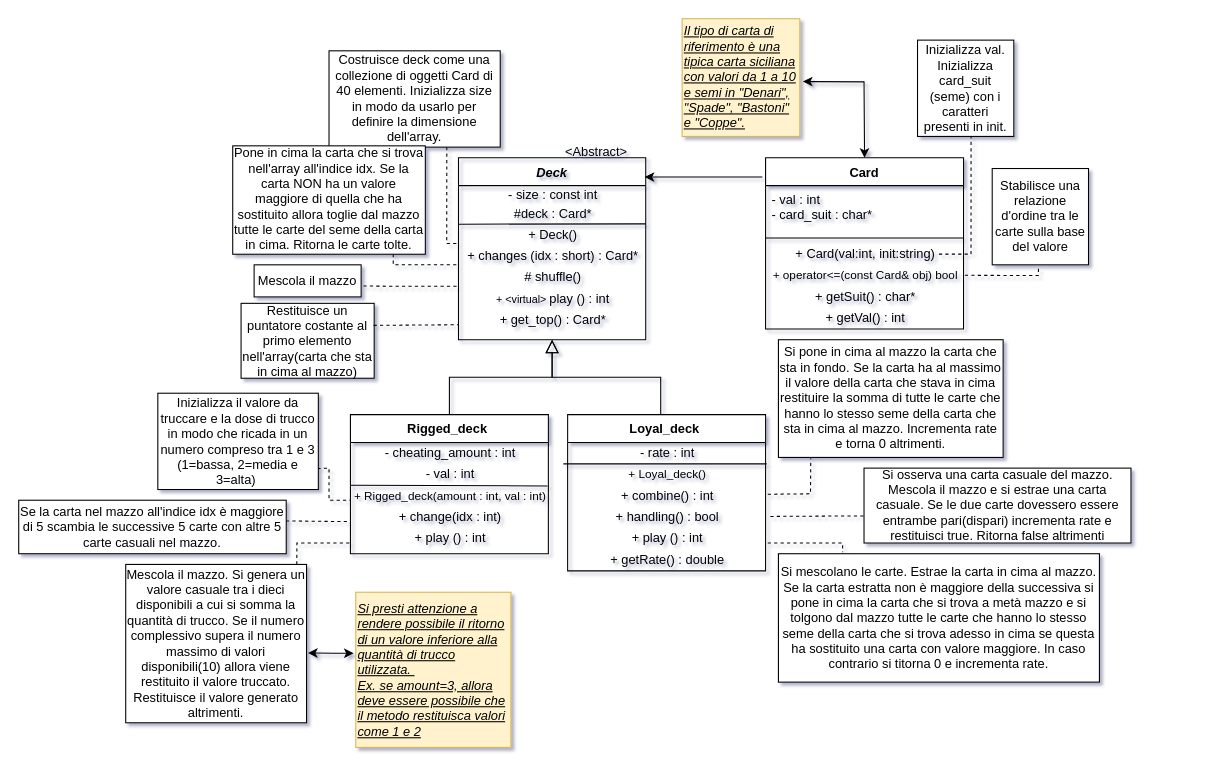
The draw.io diagram Lab.-ProgI-AA-2022/Deck/DiagrammaDeck.drawio in nameisalfio/ProgI, before the edit. Source tidied: cells renumbered, new cells numbered last; positions are measured from the earlier drawing's top-left corner, leaving out a move shared by most shapes. Both pictures are drawn from the tidied source at 107%, with x=0, y=0 at pixel (18, 18).
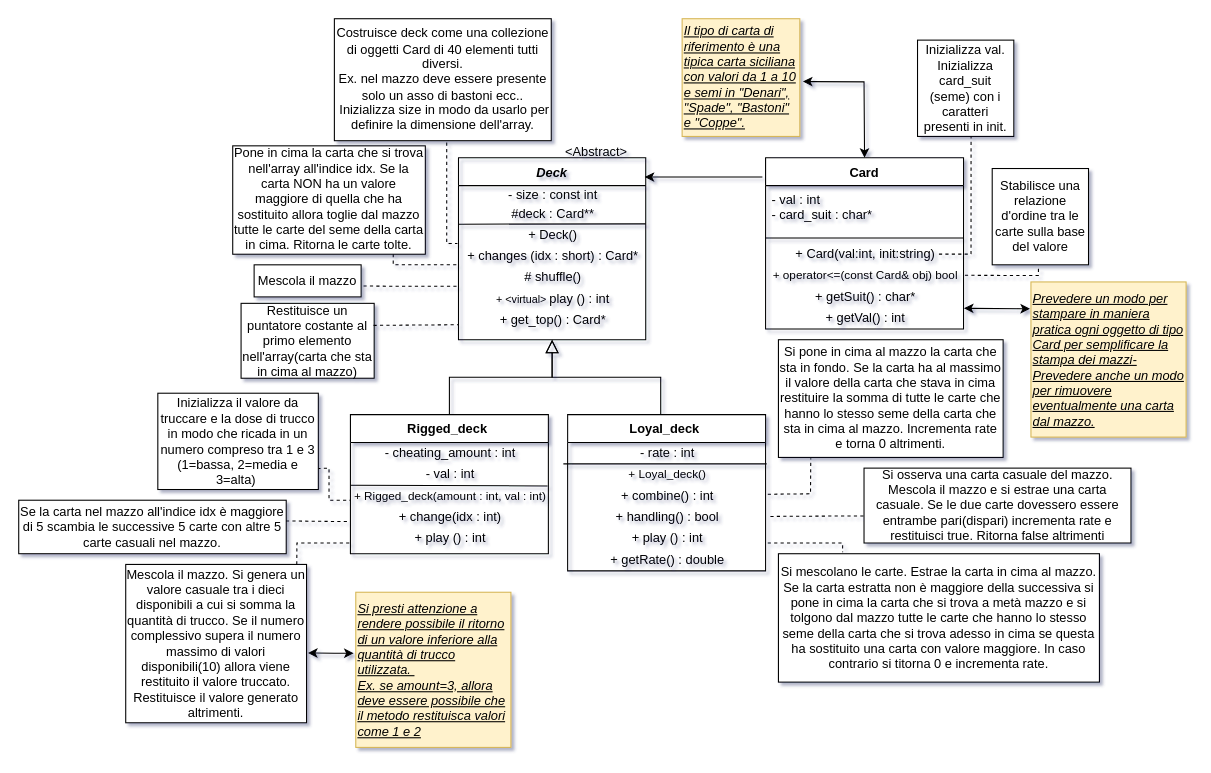
The same diagram, later.

Unchanged cells that the change refers to:
```xml
<mxCell id="2" value="Deck" style="swimlane;fontStyle=3;align=center;verticalAlign=top;horizontal=1;startSize=26;rounded=0;shadow=0;strokeWidth=1;fillColor=none;" parent="1" vertex="1">
  <mxGeometry x="411" y="130" width="175" height="170" as="geometry" />
</mxCell>
<mxCell id="27" value="&lt;font style=&quot;font-size: 12px;&quot;&gt;+ getVal() : int&lt;/font&gt;" style="text;html=1;align=center;verticalAlign=middle;points=[];strokeColor=none;fillColor=none;rounded=0;" parent="21" vertex="1">
  <mxGeometry y="140" width="185" height="20" as="geometry" />
</mxCell>
```

Change to the diagram source:
```diff
@@
-    <mxCell id="4" value="#deck : Card*" style="text;html=1;align=center;verticalAlign=middle;fillColor=none;rounded=0;" parent="2" vertex="1">
+    <mxCell id="4" value="#deck : Card**" style="text;html=1;align=center;verticalAlign=middle;fillColor=none;rounded=0;" parent="2" vertex="1">
       <mxGeometry y="44" width="175" height="18" as="geometry" />
     </mxCell>
@@
-    <mxCell id="34" style="endArrow=none;dashed=1;html=1;rounded=0;exitX=0.688;exitY=1;exitDx=0;exitDy=0;exitPerimeter=0;" parent="1" edge="1" source="35">
+    <mxCell id="34" style="endArrow=none;dashed=1;html=1;rounded=0;exitX=0.518;exitY=1.015;exitDx=0;exitDy=0;exitPerimeter=0;" parent="1" edge="1" source="35">
       <mxGeometry relative="1" as="geometry">
         <mxPoint x="410" y="210" as="targetPoint" />
         <Array as="points">
           <mxPoint x="400" y="210" />
         </Array>
       </mxGeometry>
     </mxCell>
-    <mxCell id="35" value="Costruisce deck come una collezione di oggetti Card di 40 elementi. Inizializza size in modo da usarlo per definire la dimensione dell'array." style="whiteSpace=wrap;html=1;rounded=0;" parent="1" vertex="1">
-      <mxGeometry x="290" y="30" width="160" height="90" as="geometry" />
+    <mxCell id="35" value="Costruisce deck come una collezione di oggetti Card di 40 elementi tutti diversi.&lt;br&gt;Ex. nel mazzo deve essere presente solo un asso di bastoni ecc..&lt;br&gt;&amp;nbsp;Inizializza size in modo da usarlo per definire la dimensione dell'array." style="whiteSpace=wrap;html=1;rounded=0;" parent="1" vertex="1">
+      <mxGeometry x="295" width="202.7" height="114" as="geometry" />
     </mxCell>
@@
+    <mxCell id="66" value="&lt;div style=&quot;&quot;&gt;&lt;u style=&quot;background-color: initial;&quot;&gt;&lt;i&gt;Prevedere un modo per stampare in maniera pratica ogni oggetto di tipo Card per semplificare la stampa dei mazzi-&lt;/i&gt;&lt;/u&gt;&lt;/div&gt;&lt;div style=&quot;&quot;&gt;&lt;u style=&quot;background-color: initial;&quot;&gt;&lt;i&gt;Prevedere anche un modo per rimuovere eventualmente una carta dal mazzo.&lt;/i&gt;&lt;/u&gt;&lt;/div&gt;" style="whiteSpace=wrap;html=1;align=left;rounded=0;fillColor=#fff2cc;strokeColor=#d6b656;" parent="1" vertex="1">
+      <mxGeometry x="946" y="246" width="145" height="145" as="geometry" />
+    </mxCell>
+    <mxCell id="67" style="endArrow=classic;startArrow=classic;html=1;rounded=0;exitX=1.002;exitY=0.033;exitDx=0;exitDy=0;exitPerimeter=0;entryX=-0.006;entryY=0.173;entryDx=0;entryDy=0;entryPerimeter=0;" parent="1" edge="1" source="27" target="66">
+      <mxGeometry relative="1" as="geometry" />
+    </mxCell>
```
